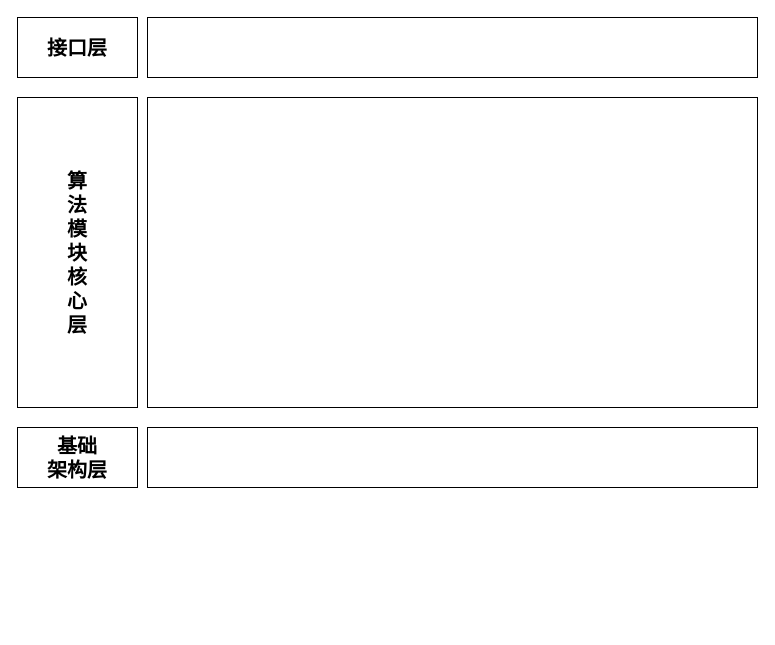
The draw.io diagram jiagou.drawio in WalkLater/workflow, before the edit. Source tidied: cells renumbered, new cells numbered last; positions are measured from the earlier drawing's top-left corner, leaving out a move shared by most shapes. Both pictures are drawn from the tidied source at 100%, with x=0, y=0 at pixel (17, 17).
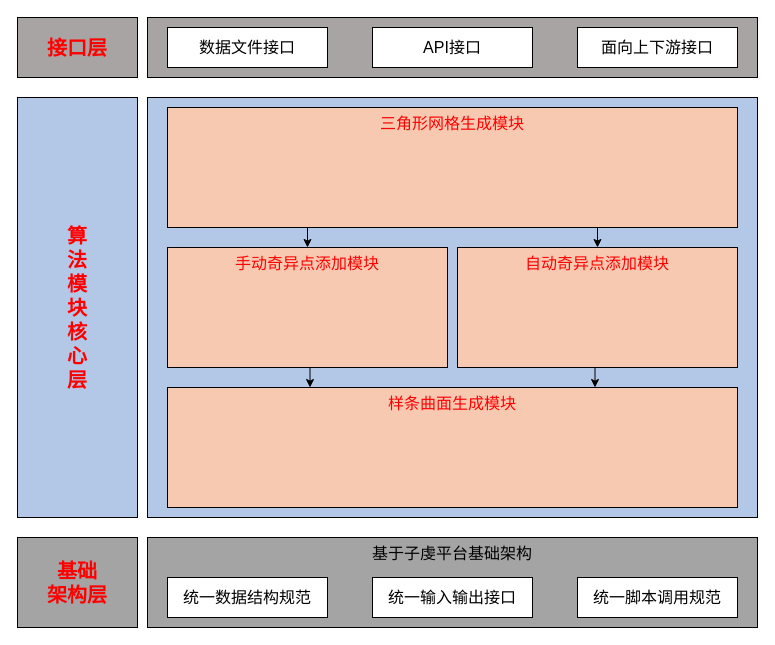
The same diagram, later.

Diff of the diagram source:
```diff
@@
+    <mxCell id="7" value="基于子虔平台基础架构" style="rounded=0;whiteSpace=wrap;html=1;verticalAlign=top;fillColor=#a4a4a4;fontSize=16;" parent="1" vertex="1">
+      <mxGeometry x="130" y="520" width="610" height="90" as="geometry" />
+    </mxCell>
-    <mxCell id="2" value="接口层" style="rounded=0;whiteSpace=wrap;html=1;fontSize=20;fontStyle=1;" parent="1" vertex="1">
+    <mxCell id="2" value="接口层" style="rounded=0;whiteSpace=wrap;html=1;fontSize=20;fontStyle=1;fontColor=#FF0000;fillColor=#a7a4a3;" parent="1" vertex="1">
       <mxGeometry width="120" height="60" as="geometry" />
     </mxCell>
-    <mxCell id="3" value="算&lt;div style=&quot;font-size: 20px;&quot;&gt;法&lt;/div&gt;&lt;div style=&quot;font-size: 20px;&quot;&gt;模&lt;/div&gt;&lt;div style=&quot;font-size: 20px;&quot;&gt;块&lt;/div&gt;&lt;div style=&quot;font-size: 20px;&quot;&gt;核&lt;/div&gt;&lt;div style=&quot;font-size: 20px;&quot;&gt;心&lt;/div&gt;&lt;div style=&quot;font-size: 20px;&quot;&gt;层&lt;/div&gt;" style="rounded=0;whiteSpace=wrap;html=1;fontSize=20;fontStyle=1;" parent="1" vertex="1">
-      <mxGeometry y="80" width="120" height="310" as="geometry" />
+    <mxCell id="3" value="算&lt;div style=&quot;font-size: 20px;&quot;&gt;法&lt;/div&gt;&lt;div style=&quot;font-size: 20px;&quot;&gt;模&lt;/div&gt;&lt;div style=&quot;font-size: 20px;&quot;&gt;块&lt;/div&gt;&lt;div style=&quot;font-size: 20px;&quot;&gt;核&lt;/div&gt;&lt;div style=&quot;font-size: 20px;&quot;&gt;心&lt;/div&gt;&lt;div style=&quot;font-size: 20px;&quot;&gt;层&lt;/div&gt;" style="rounded=0;whiteSpace=wrap;html=1;fontSize=20;fontStyle=1;labelBorderColor=none;fontColor=#FF0000;fillColor=#b3c8e7;" parent="1" vertex="1">
+      <mxGeometry y="80" width="120" height="420" as="geometry" />
     </mxCell>
-    <mxCell id="4" value="基础&lt;div&gt;架构层&lt;/div&gt;" style="rounded=0;whiteSpace=wrap;html=1;fontSize=20;fontStyle=1;" parent="1" vertex="1">
-      <mxGeometry y="410" width="120" height="60" as="geometry" />
+    <mxCell id="4" value="基础&lt;div&gt;架构层&lt;/div&gt;" style="rounded=0;whiteSpace=wrap;html=1;fontSize=20;fontStyle=1;fontColor=#FF0000;fillColor=#a4a4a4;" parent="1" vertex="1">
+      <mxGeometry y="520" width="120" height="90" as="geometry" />
     </mxCell>
-    <mxCell id="5" style="rounded=0;whiteSpace=wrap;html=1;" parent="1" vertex="1">
+    <mxCell id="5" style="rounded=0;whiteSpace=wrap;html=1;fillColor=#a7a4a3;fontSize=16;" parent="1" vertex="1">
       <mxGeometry x="130" width="610" height="60" as="geometry" />
     </mxCell>
-    <mxCell id="6" style="rounded=0;whiteSpace=wrap;html=1;" parent="1" vertex="1">
-      <mxGeometry x="130" y="80" width="610" height="310" as="geometry" />
+    <mxCell id="6" style="rounded=0;whiteSpace=wrap;html=1;fillColor=#b3c8e7;fontSize=16;" parent="1" vertex="1">
+      <mxGeometry x="130" y="80" width="610" height="420" as="geometry" />
     </mxCell>
-    <mxCell id="7" style="rounded=0;whiteSpace=wrap;html=1;" parent="1" vertex="1">
-      <mxGeometry x="130" y="410" width="610" height="60" as="geometry" />
-    </mxCell>
+    <mxCell id="8" value="数据文件接口" style="rounded=0;whiteSpace=wrap;html=1;fontSize=16;fontStyle=0;" parent="1" vertex="1">
+      <mxGeometry x="150" y="10" width="160" height="40" as="geometry" />
+    </mxCell>
+    <mxCell id="9" value="API接口" style="rounded=0;whiteSpace=wrap;html=1;fontSize=16;" parent="1" vertex="1">
+      <mxGeometry x="355" y="10" width="160" height="40" as="geometry" />
+    </mxCell>
+    <mxCell id="10" value="面向上下游接口" style="rounded=0;whiteSpace=wrap;html=1;fontSize=16;" parent="1" vertex="1">
+      <mxGeometry x="560" y="10" width="160" height="40" as="geometry" />
+    </mxCell>
+    <mxCell id="11" style="edgeStyle=orthogonalEdgeStyle;rounded=0;jettySize=auto;html=1;exitX=0.25;exitY=1;exitDx=0;exitDy=0;entryX=0.5;entryY=0;entryDx=0;entryDy=0;" parent="1" edge="1" source="13" target="19">
+      <mxGeometry relative="1" as="geometry" />
+    </mxCell>
+    <mxCell id="12" style="edgeStyle=orthogonalEdgeStyle;rounded=0;jettySize=auto;html=1;exitX=0.75;exitY=1;exitDx=0;exitDy=0;entryX=0.5;entryY=0;entryDx=0;entryDy=0;" parent="1" edge="1" source="13" target="21">
+      <mxGeometry relative="1" as="geometry" />
+    </mxCell>
+    <mxCell id="13" value="三角形网格生成模块" style="rounded=0;whiteSpace=wrap;html=1;verticalAlign=top;fontSize=16;fontColor=#FF0000;fontStyle=0;fillColor=#f8c9b1;" parent="1" vertex="1">
+      <mxGeometry x="150" y="90" width="570" height="120" as="geometry" />
+    </mxCell>
+    <mxCell id="14" value="统一数据结构规范" style="rounded=0;whiteSpace=wrap;html=1;fontSize=16;" parent="1" vertex="1">
+      <mxGeometry x="150" y="560" width="160" height="40" as="geometry" />
+    </mxCell>
+    <mxCell id="15" value="统一输入输出接口" style="rounded=0;whiteSpace=wrap;html=1;fontSize=16;" parent="1" vertex="1">
+      <mxGeometry x="355" y="560" width="160" height="40" as="geometry" />
+    </mxCell>
+    <mxCell id="16" value="统一脚本调用规范" style="rounded=0;whiteSpace=wrap;html=1;fontSize=16;" parent="1" vertex="1">
+      <mxGeometry x="560" y="560" width="160" height="40" as="geometry" />
+    </mxCell>
+    <mxCell id="17" value="样条曲面生成模块" style="rounded=0;whiteSpace=wrap;html=1;verticalAlign=top;fontSize=16;fontColor=#FF0000;fillColor=#f8c9b1;" parent="1" vertex="1">
+      <mxGeometry x="150" y="370" width="570" height="120" as="geometry" />
+    </mxCell>
+    <mxCell id="18" style="edgeStyle=orthogonalEdgeStyle;rounded=0;jettySize=auto;html=1;exitX=0.5;exitY=1;exitDx=0;exitDy=0;entryX=0.25;entryY=0;entryDx=0;entryDy=0;" parent="1" edge="1" source="19" target="17">
+      <mxGeometry relative="1" as="geometry" />
+    </mxCell>
+    <mxCell id="19" value="手动奇异点添加模块" style="rounded=0;whiteSpace=wrap;html=1;verticalAlign=top;fontSize=16;fontColor=#FF0000;fillColor=#f8c9b1;" parent="1" vertex="1">
+      <mxGeometry x="150" y="230" width="280" height="120" as="geometry" />
+    </mxCell>
+    <mxCell id="20" style="edgeStyle=orthogonalEdgeStyle;rounded=0;jettySize=auto;html=1;exitX=0.5;exitY=1;exitDx=0;exitDy=0;entryX=0.75;entryY=0;entryDx=0;entryDy=0;" parent="1" edge="1" source="21" target="17">
+      <mxGeometry relative="1" as="geometry" />
+    </mxCell>
+    <mxCell id="21" value="自动奇异点添加模块" style="rounded=0;whiteSpace=wrap;html=1;verticalAlign=top;fontSize=16;fontColor=#FF0000;fillColor=#f8c9b1;" parent="1" vertex="1">
+      <mxGeometry x="440" y="230" width="280" height="120" as="geometry" />
+    </mxCell>
```
